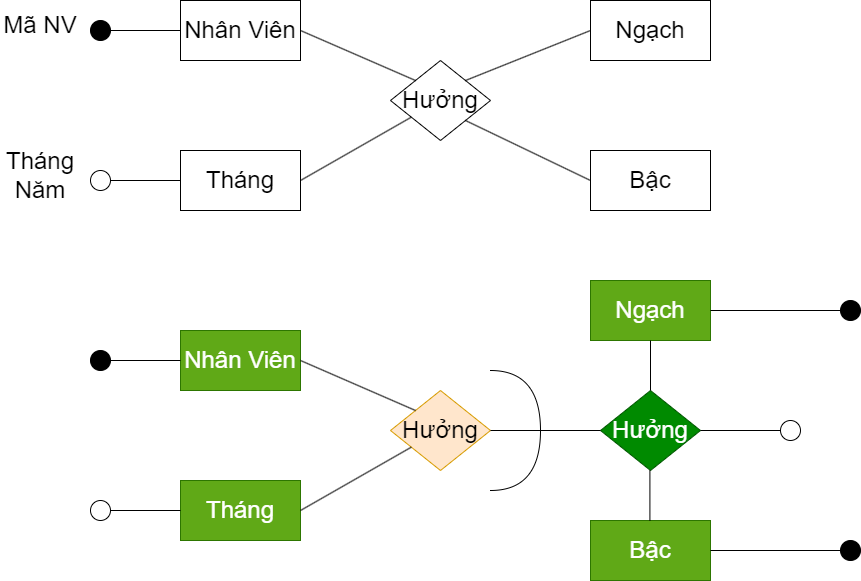
Earlier version of the draw.io export QT2(Chuẩn hóa ER).png (datnham0212/learning). Source tidied: cells renumbered, new cells last; positions are measured from the earlier drawing's top-left corner, leaving out a move shared by most shapes.
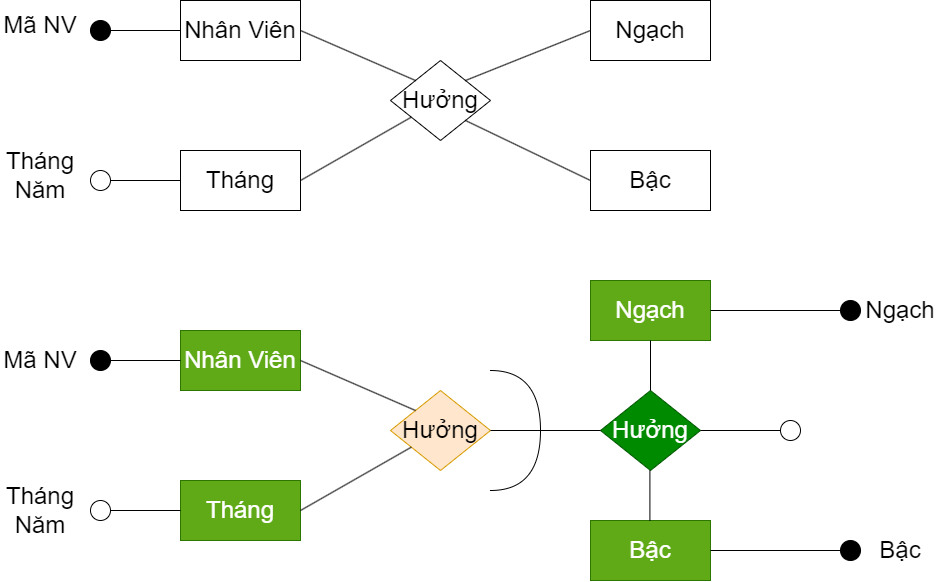
After the commit.

The edit, as a diff of the source:
```diff
@@ -130,5 +130,17 @@
     <mxCell id="38" style="shape=requiredInterface;html=1;verticalLabelPosition=bottom;sketch=0;" parent="1" vertex="1">
       <mxGeometry x="490" y="370" width="50" height="120" as="geometry" />
     </mxCell>
+    <mxCell id="39" value="&lt;font style=&quot;font-size: 24px;&quot;&gt;Mã NV&lt;/font&gt;" style="text;html=1;strokeColor=none;fillColor=none;align=center;verticalAlign=middle;whiteSpace=wrap;rounded=0;fontSize=24;" parent="1" vertex="1">
+      <mxGeometry y="345" width="80" height="30" as="geometry" />
+    </mxCell>
+    <mxCell id="40" value="&lt;font style=&quot;font-size: 24px;&quot;&gt;Tháng Năm&lt;/font&gt;" style="text;html=1;strokeColor=none;fillColor=none;align=center;verticalAlign=middle;whiteSpace=wrap;rounded=0;fontSize=24;" parent="1" vertex="1">
+      <mxGeometry y="495" width="80" height="30" as="geometry" />
+    </mxCell>
+    <mxCell id="41" value="&lt;font style=&quot;font-size: 24px;&quot;&gt;Ngạch&lt;/font&gt;" style="text;html=1;strokeColor=none;fillColor=none;align=center;verticalAlign=middle;whiteSpace=wrap;rounded=0;fontSize=24;" parent="1" vertex="1">
+      <mxGeometry x="860" y="295" width="80" height="30" as="geometry" />
+    </mxCell>
+    <mxCell id="42" value="&lt;font style=&quot;font-size: 24px;&quot;&gt;Bậc&lt;/font&gt;" style="text;html=1;strokeColor=none;fillColor=none;align=center;verticalAlign=middle;whiteSpace=wrap;rounded=0;fontSize=24;" parent="1" vertex="1">
+      <mxGeometry x="860" y="535" width="80" height="30" as="geometry" />
+    </mxCell>
   </root>
 </mxGraphModel>
```
